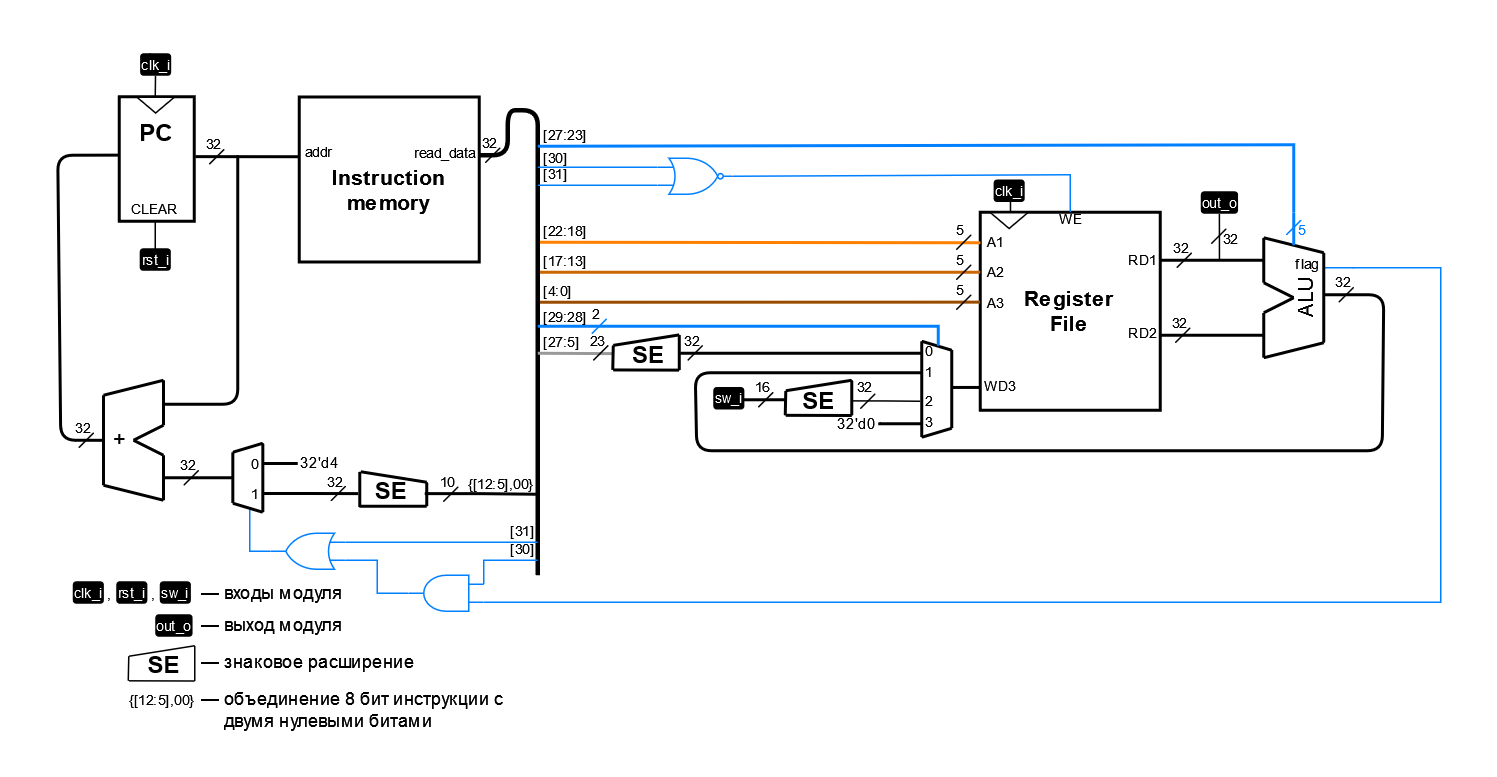
Before: Labs/Pic/ppd_6.drawio.png, a diagram exported from draw.io (MPSU/exAPS). Source tidied: cells renumbered, new cells last; positions are measured from the earlier drawing's top-left corner, leaving out a move shared by most shapes.
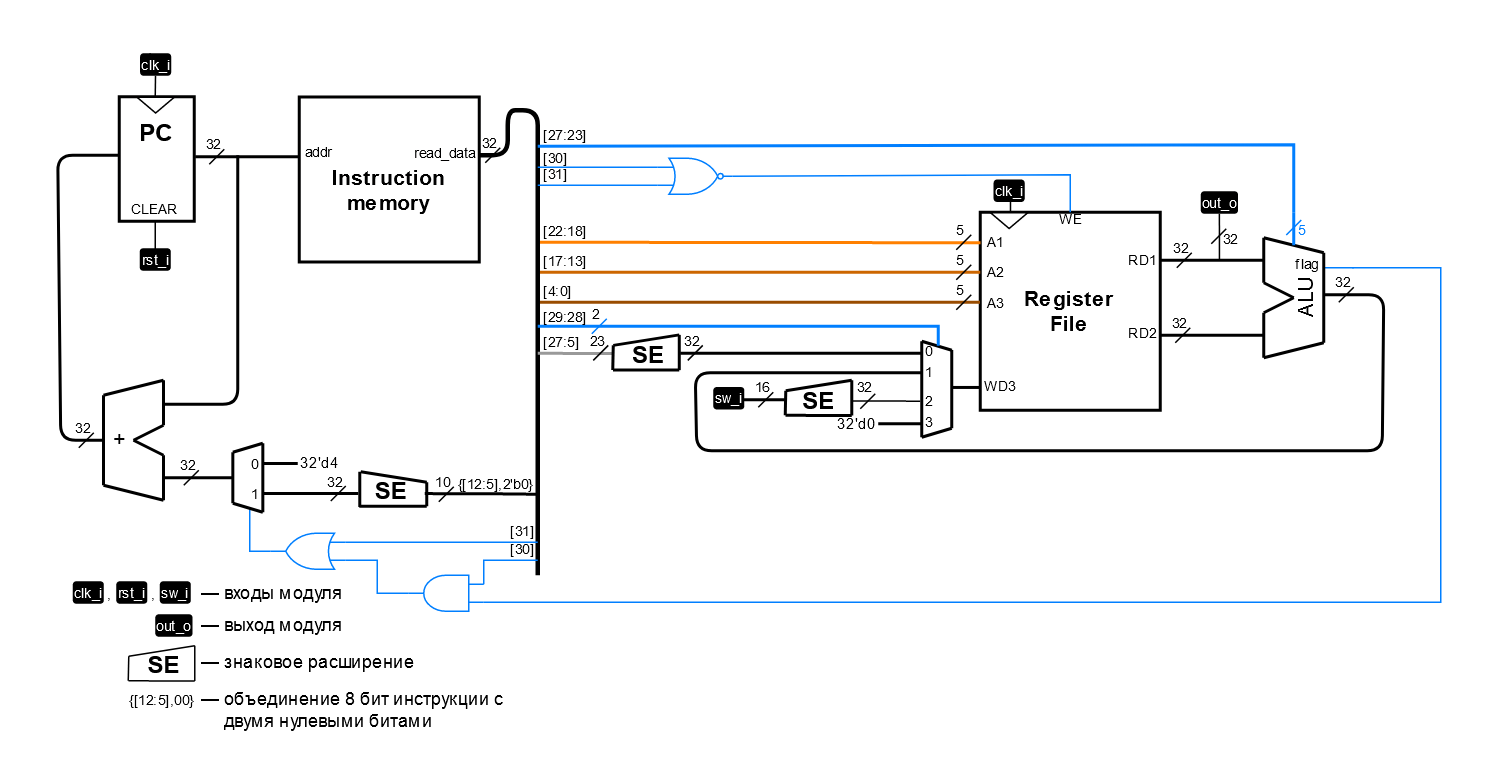
After the change.

Commit message:
ИсУточнение разрядности коснс нулей константы перехода

Change to the diagram source:
```diff
@@ -481,14 +481,14 @@
     </mxCell>
     <mxCell id="99" style="endArrow=none;html=1;rounded=0;comic=0;jiggle=0.5;" parent="1" edge="1">
       <mxGeometry relative="1" as="geometry">
-        <mxPoint x="295" y="334" as="sourcePoint" />
-        <mxPoint x="305" y="324" as="targetPoint" />
+        <mxPoint x="292" y="334" as="sourcePoint" />
+        <mxPoint x="302" y="324" as="targetPoint" />
       </mxGeometry>
     </mxCell>
     <mxCell id="100" value="10" style="text;html=1;strokeColor=none;fillColor=none;align=center;verticalAlign=middle;whiteSpace=wrap;rounded=0;fontSize=9;fontColor=#000000;comic=0;jiggle=0.5;" parent="1" vertex="1">
-      <mxGeometry x="293" y="316" width="10" height="10" as="geometry" />
+      <mxGeometry x="290" y="316" width="10" height="10" as="geometry" />
     </mxCell>
-    <mxCell id="101" value="&lt;font style=&quot;font-size: 9px;&quot;&gt;{[12:5],00}&lt;/font&gt;" style="text;html=1;strokeColor=none;fillColor=none;align=right;verticalAlign=bottom;whiteSpace=wrap;rounded=0;spacing=0;" parent="1" vertex="1">
+    <mxCell id="101" value="&lt;font style=&quot;font-size: 9px;&quot;&gt;{[12:5],2'b0}&lt;/font&gt;" style="text;html=1;strokeColor=none;fillColor=none;align=right;verticalAlign=bottom;whiteSpace=wrap;rounded=0;spacing=0;" parent="1" vertex="1">
       <mxGeometry x="311" y="317" width="44" height="12" as="geometry" />
     </mxCell>
     <mxCell id="102" style="endArrow=none;html=1;rounded=0;entryX=0;entryY=0.75;entryDx=0;entryDy=0;entryPerimeter=0;strokeColor=#007FFF;" parent="1" edge="1" target="77">
```
